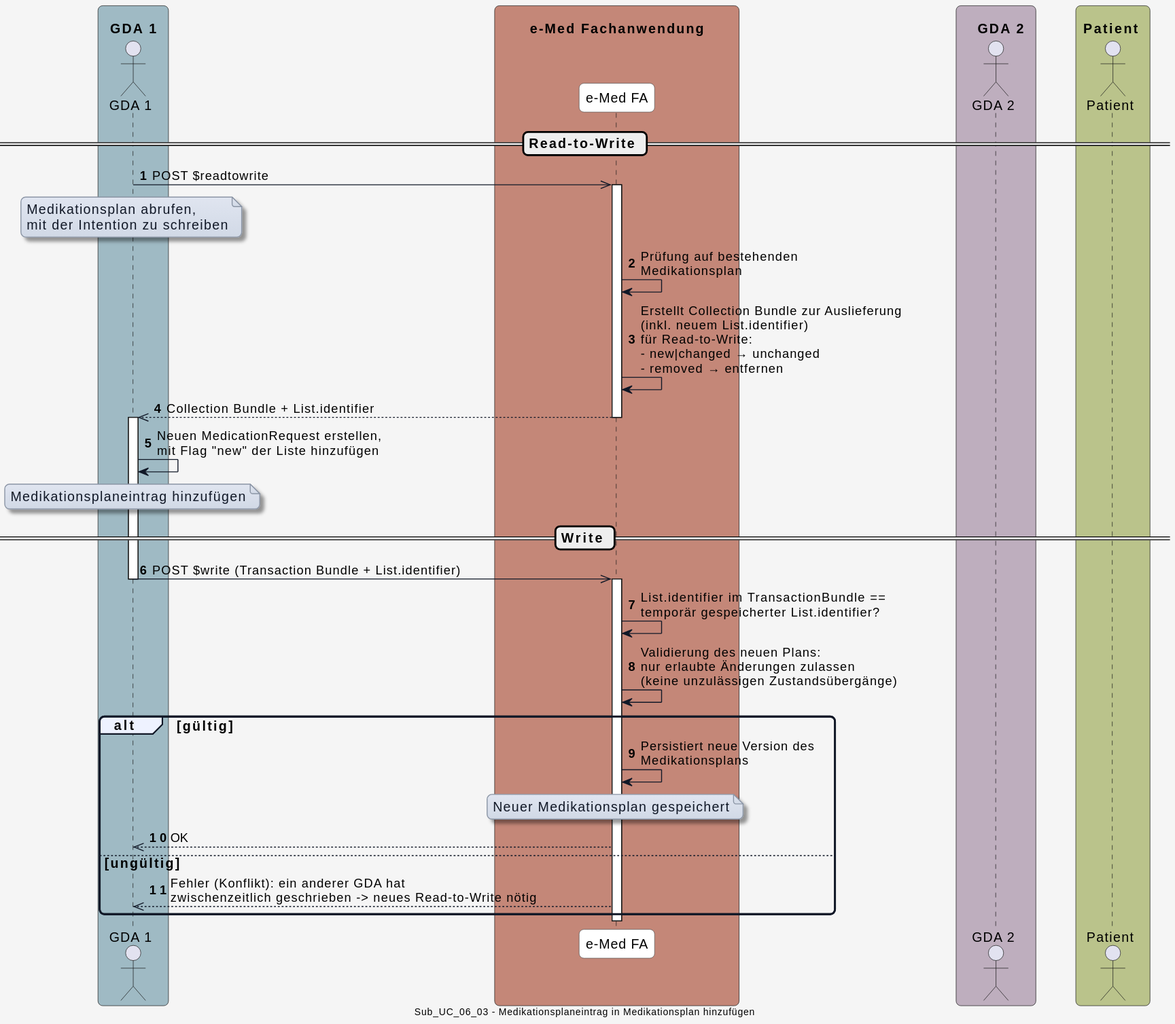
Before: input/images/plantuml/UC_eMed_06_03.svg, a diagram exported from PlantUML (HL7Austria/ELGA-e-Medikation-R4). The source it was exported from:
```plantuml
@startuml
skinparam borderColor #000000
skinparam backgroundColor #f5f5f5
skinparam shadowing false
skinparam roundCorner 10
skinparam defaultFontName "Arial"
skinparam defaultFontSize 14
skinparam defaultFontColor #000000

skinparam note {
  BackgroundColor #e0e5f0-#d1d9e6
  BorderColor #8b95a5
  BorderThickness 1
  RoundCorner 8
  Padding 6
  FontColor #111827
  Shadowing true
}

skinparam HyperlinkColor #0000EE
skinparam HyperlinkUnderline false

skinparam sequence {
  ParticipantBorderColor #555555
  ParticipantBackgroundColor #ffffff
  ParticipantFontColor #000000
  ParticipantFontSize 14
  ParticipantPadding 20
  ArrowColor #111827
  ArrowThickness 1
  ArrowFontColor #000000
  ArrowFontSize 13
  GroupBorderColor #111827
  GroupBackgroundColor #eef2ff
  GroupBorderThickness 2
}

skinparam BoxPadding 20
skinparam BoxBorderColor #555555

box "\n  GDA 1  " #9fbac4
  actor GDA_1 as "GDA 1"
end box

box "\n       e-Med Fachanwendung       " #C48778
  participant eMed_FA as "e-Med FA"
end box

box "\n    GDA 2  " #beaebe
  actor GDA_2 as "GDA 2"
end box

box "\n Patient  " #bac38b
  actor Patient as "Patient"
end box


autonumber


== Read-to-Write ==

GDA_1 ->> eMed_FA: POST $readtowrite
note over GDA_1
Medikationsplan abrufen,
mit der Intention zu schreiben
end note

activate eMed_FA
eMed_FA -> eMed_FA: Prüfung auf bestehenden\nMedikationsplan
eMed_FA -> eMed_FA: Erstellt Collection Bundle zur Auslieferung\n(inkl. neuem List.identifier)\nfür Read-to-Write:\n- new|changed → unchanged\n- removed → entfernen

eMed_FA -->> GDA_1: Collection Bundle + List.identifier
deactivate eMed_FA

activate GDA_1
GDA_1 -> GDA_1: Neuen MedicationRequest erstellen,\nmit Flag "new" der Liste hinzufügen

note over GDA_1
Medikationsplaneintrag hinzufügen
end note

== Write ==

GDA_1 ->> eMed_FA: POST $write (Transaction Bundle + List.identifier)
deactivate GDA_1


activate eMed_FA
eMed_FA -> eMed_FA: List.identifier im TransactionBundle ==\ntemporär gespeicherter List.identifier?
eMed_FA -> eMed_FA: Validierung des neuen Plans:\nnur erlaubte Änderungen zulassen\n(keine unzulässigen Zustandsübergänge)

alt gültig
  eMed_FA -> eMed_FA: Persistiert neue Version des\nMedikationsplans

  note over eMed_FA
  Neuer Medikationsplan gespeichert
  end note

  eMed_FA -->> GDA_1: OK
else ungültig
  eMed_FA -->> GDA_1: Fehler (Konflikt): ein anderer GDA hat\nzwischenzeitlich geschrieben -> neues Read-to-Write nötig
end
deactivate eMed_FA

center footer Sub_UC_06_03 - Medikationsplaneintrag in Medikationsplan hinzufügen
@enduml
```
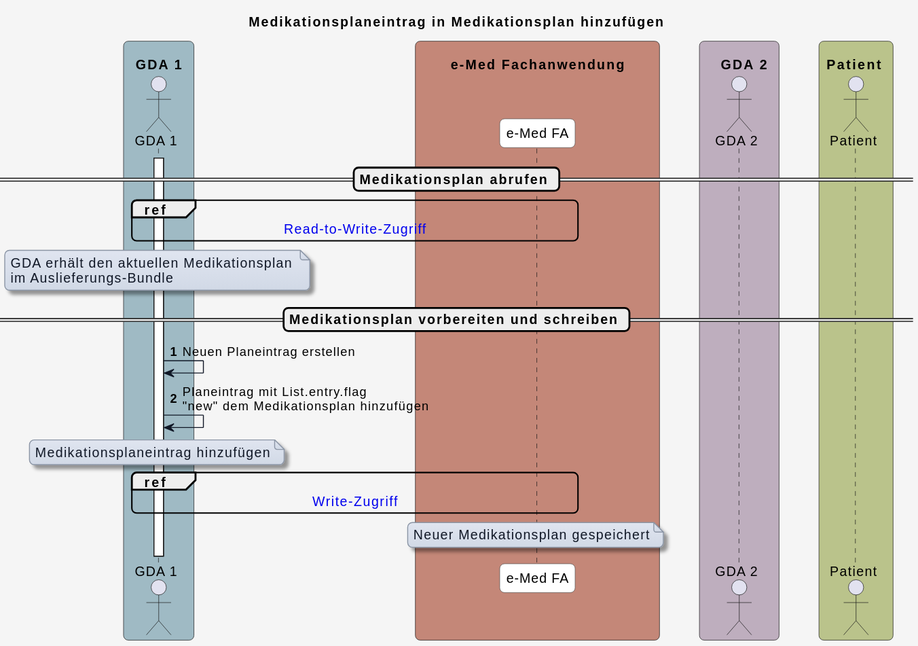
Later version of the same file.

What changed in the source:
```diff
@@ -1,4 +1,5 @@
 @startuml
+title Medikationsplaneintrag in Medikationsplan hinzufügen
 skinparam borderColor #000000
 skinparam backgroundColor #f5f5f5
 skinparam shadowing false
@@ -58,50 +59,29 @@
 autonumber
 
 
-== Read-to-Write ==
+== Medikationsplan abrufen ==
 
-GDA_1 ->> eMed_FA: POST $readtowrite
+activate GDA_1
+
+ref over GDA_1, eMed_FA : [[interactions.html#sequenzdiagramm-read-to-write-zugriff Read-to-Write-Zugriff]]
+
 note over GDA_1
-Medikationsplan abrufen,
-mit der Intention zu schreiben
+GDA erhält den aktuellen Medikationsplan
+im Auslieferungs-Bundle
 end note
 
-activate eMed_FA
-eMed_FA -> eMed_FA: Prüfung auf bestehenden\nMedikationsplan
-eMed_FA -> eMed_FA: Erstellt Collection Bundle zur Auslieferung\n(inkl. neuem List.identifier)\nfür Read-to-Write:\n- new|changed → unchanged\n- removed → entfernen
+== Medikationsplan vorbereiten und schreiben ==
 
-eMed_FA -->> GDA_1: Collection Bundle + List.identifier
-deactivate eMed_FA
-
-activate GDA_1
-GDA_1 -> GDA_1: Neuen MedicationRequest erstellen,\nmit Flag "new" der Liste hinzufügen
+GDA_1 -> GDA_1: Neuen Planeintrag erstellen
+GDA_1 -> GDA_1: Planeintrag mit List.entry.flag\n"new" dem Medikationsplan hinzufügen
 
 note over GDA_1
 Medikationsplaneintrag hinzufügen
 end note
 
-== Write ==
+ref over GDA_1, eMed_FA : [[interactions.html#write-zugriff Write-Zugriff]]
 
-GDA_1 ->> eMed_FA: POST $write (Transaction Bundle + List.identifier)
-deactivate GDA_1
-
-
-activate eMed_FA
-eMed_FA -> eMed_FA: List.identifier im TransactionBundle ==\ntemporär gespeicherter List.identifier?
-eMed_FA -> eMed_FA: Validierung des neuen Plans:\nnur erlaubte Änderungen zulassen\n(keine unzulässigen Zustandsübergänge)
-
-alt gültig
-  eMed_FA -> eMed_FA: Persistiert neue Version des\nMedikationsplans
-
-  note over eMed_FA
-  Neuer Medikationsplan gespeichert
-  end note
-
-  eMed_FA -->> GDA_1: OK
-else ungültig
-  eMed_FA -->> GDA_1: Fehler (Konflikt): ein anderer GDA hat\nzwischenzeitlich geschrieben -> neues Read-to-Write nötig
-end
-deactivate eMed_FA
-
-center footer Sub_UC_06_03 - Medikationsplaneintrag in Medikationsplan hinzufügen
+note over eMed_FA
+Neuer Medikationsplan gespeichert
+end note
 @enduml
```
